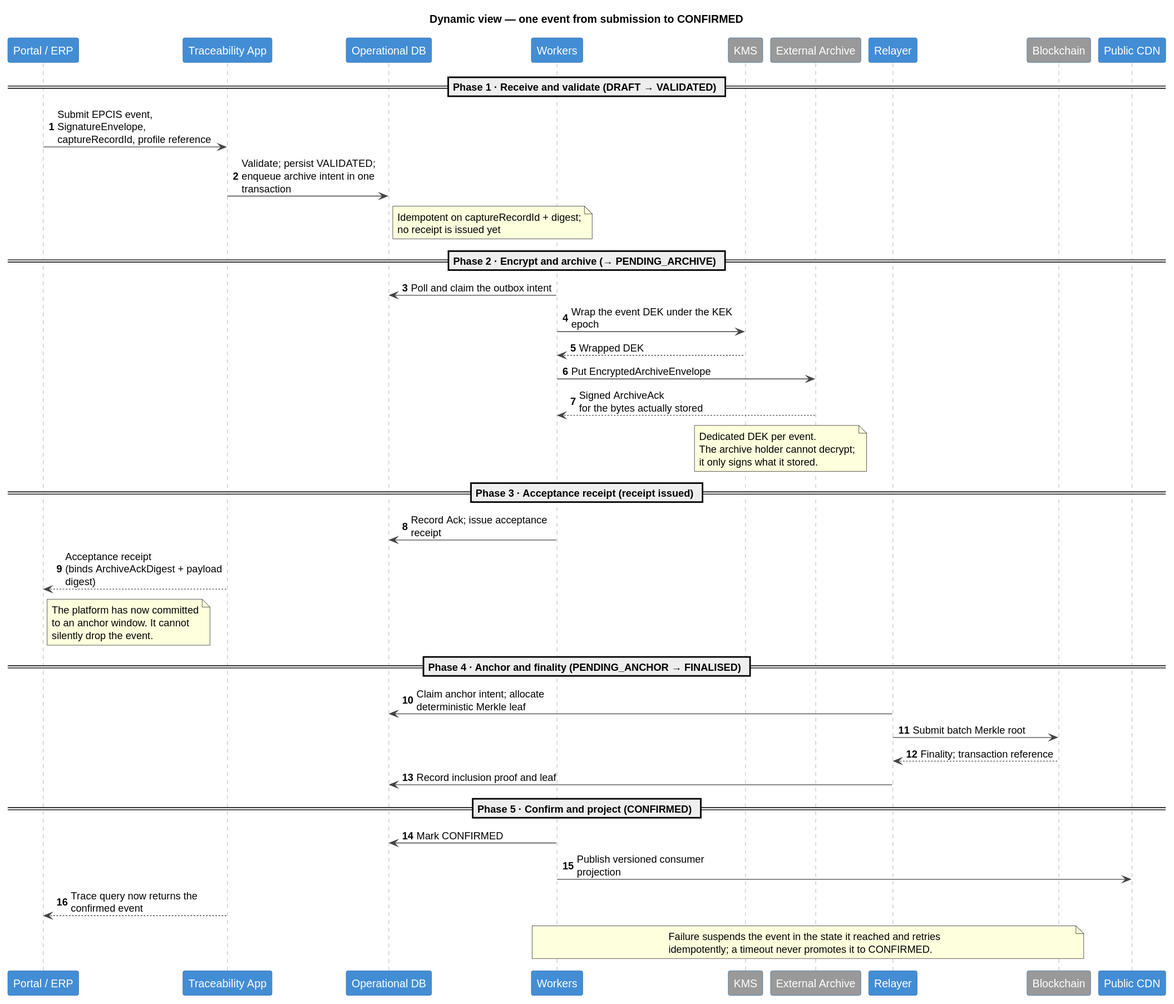
This is docs/public/diagrams/c4-dynamic.svg from kuangshen04/48433assignment, a PlantUML export, as it was before one commit.
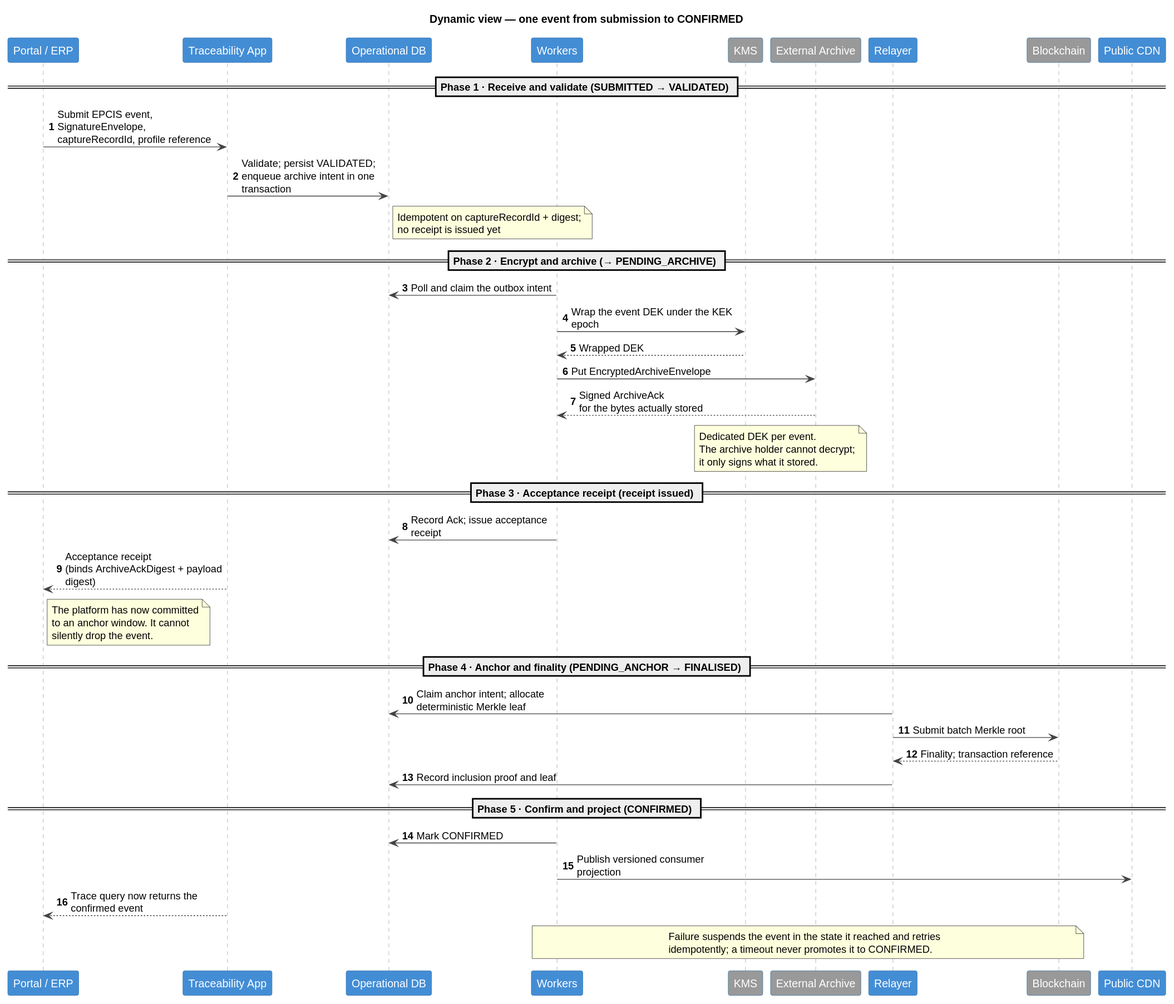
The same diagram one commit later.

Change to the diagram source:
```diff
@@ -27,7 +27,7 @@
 participant "Blockchain" as chain #999999
 participant "Public CDN" as cdn
 
-== Phase 1 · Receive and validate (DRAFT → VALIDATED) ==
+== Phase 1 · Receive and validate (SUBMITTED → VALIDATED) ==
 client -> app: Submit EPCIS event, SignatureEnvelope,\ncaptureRecordId, profile reference
 app -> db: Validate; persist VALIDATED;\nenqueue archive intent in one transaction
 note right of db: Idempotent on captureRecordId + digest;\nno receipt is issued yet
```
